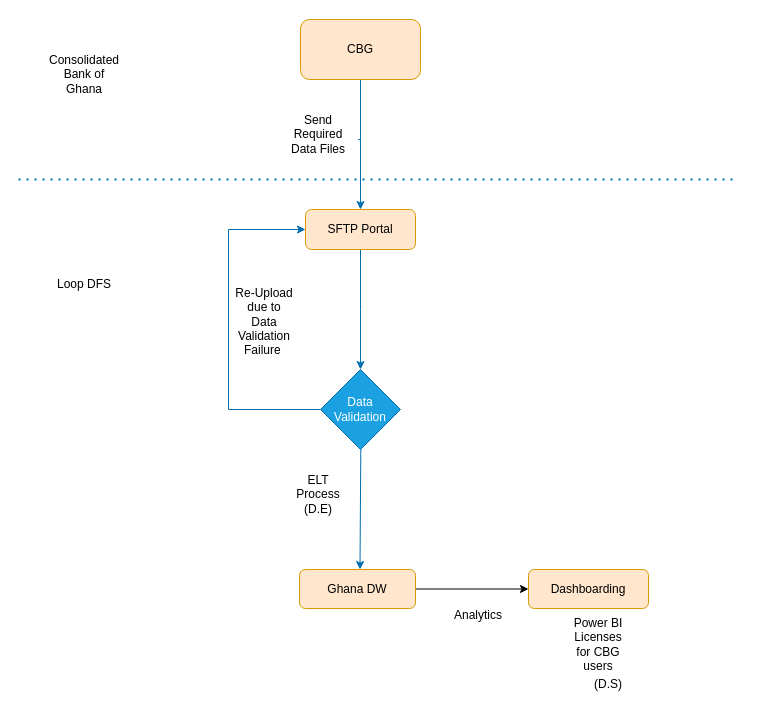
Above: MTN FBN Data Architecture.drawio in Olson-Bytz/ITDiagrams (draw.io), before the change. Source tidied: cells renumbered, new cells numbered last; positions are measured from the earlier drawing's top-left corner, leaving out a move shared by most shapes. Both pictures are drawn from the tidied source at 100%, with x=0, y=0 at pixel (18, 19). Pictures stored in the file or linked from it are replaced by grey dashed boxes.
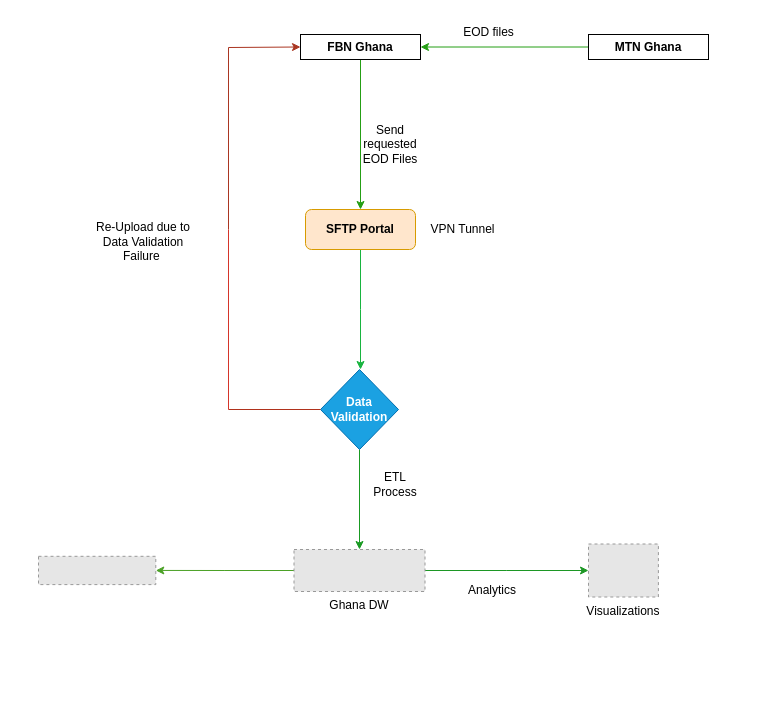
After the change.

Change to the diagram source:
```diff
@@
-    <mxCell id="5" style="edgeStyle=orthogonalEdgeStyle;rounded=0;jettySize=auto;html=1;entryX=0;entryY=0.5;entryDx=0;entryDy=0;" parent="1" edge="1" source="6" target="7">
-      <mxGeometry relative="1" as="geometry" />
-    </mxCell>
-    <mxCell id="6" value="Ghana DW" style="rounded=1;whiteSpace=wrap;html=1;fontSize=12;glass=0;strokeWidth=1;shadow=0;fillColor=#ffe6cc;strokeColor=#d79b00;" parent="1" vertex="1">
-      <mxGeometry x="281" y="550" width="116" height="39" as="geometry" />
-    </mxCell>
-    <mxCell id="7" value="Dashboarding" style="rounded=1;whiteSpace=wrap;html=1;fontSize=12;glass=0;strokeWidth=1;shadow=0;fillColor=#ffe6cc;strokeColor=#d79b00;" parent="1" vertex="1">
-      <mxGeometry x="510" y="550" width="120" height="39" as="geometry" />
-    </mxCell>
-    <mxCell id="8" value="Power BI&lt;br&gt;Licenses for CBG users" style="text;html=1;strokeColor=none;fillColor=none;align=center;verticalAlign=middle;whiteSpace=wrap;rounded=0;" parent="1" vertex="1">
-      <mxGeometry x="550" y="610" width="60" height="30" as="geometry" />
-    </mxCell>
-    <mxCell id="9" value="(D.S)" style="text;html=1;strokeColor=none;fillColor=none;align=center;verticalAlign=middle;whiteSpace=wrap;rounded=0;" parent="1" vertex="1">
-      <mxGeometry x="560" y="650" width="60" height="30" as="geometry" />
-    </mxCell>
     <mxCell id="10" value="Analytics" style="text;html=1;strokeColor=none;fillColor=none;align=center;verticalAlign=middle;whiteSpace=wrap;rounded=0;" parent="1" vertex="1">
-      <mxGeometry x="430" y="581" width="60" height="29" as="geometry" />
+      <mxGeometry x="444" y="556" width="60" height="29" as="geometry" />
     </mxCell>
-    <mxCell id="11" style="edgeStyle=orthogonalEdgeStyle;rounded=0;jettySize=auto;html=1;exitX=0.5;exitY=1;exitDx=0;exitDy=0;fillColor=#1ba1e2;strokeColor=#006EAF;" parent="1" edge="1" source="12">
+    <mxCell id="11" style="edgeStyle=orthogonalEdgeStyle;rounded=0;jettySize=auto;html=1;exitX=0.5;exitY=1;exitDx=0;exitDy=0;fillColor=#1ba1e2;strokeColor=#18b43f;" parent="1" edge="1" source="12">
       <mxGeometry relative="1" as="geometry">
         <mxPoint x="342" y="350" as="targetPoint" />
       </mxGeometry>
     </mxCell>
-    <mxCell id="12" value="SFTP Portal" style="rounded=1;whiteSpace=wrap;html=1;fontSize=12;glass=0;strokeWidth=1;shadow=0;fillColor=#ffe6cc;strokeColor=#d79b00;" parent="1" vertex="1">
+    <mxCell id="12" value="SFTP Portal" style="rounded=1;whiteSpace=wrap;html=1;fontSize=12;glass=0;strokeWidth=1;shadow=0;fillColor=#ffe6cc;strokeColor=#d79b00;fontStyle=1;" parent="1" vertex="1">
       <mxGeometry x="287" y="190" width="110" height="40" as="geometry" />
     </mxCell>
-    <mxCell id="13" style="edgeStyle=orthogonalEdgeStyle;rounded=0;jettySize=auto;html=1;exitX=0.5;exitY=1;exitDx=0;exitDy=0;entryX=0.5;entryY=0;entryDx=0;entryDy=0;fillColor=#1ba1e2;strokeColor=#006EAF;" parent="1" edge="1" source="14" target="12">
-      <mxGeometry relative="1" as="geometry">
-        <Array as="points">
-          <mxPoint x="340" y="120" />
-          <mxPoint x="345" y="120" />
-        </Array>
-      </mxGeometry>
-    </mxCell>
-    <mxCell id="14" value="CBG" style="rounded=1;whiteSpace=wrap;html=1;fillColor=#ffe6cc;strokeColor=#d79b00;" parent="1" vertex="1">
-      <mxGeometry x="282" width="120" height="60" as="geometry" />
-    </mxCell>
-    <mxCell id="15" value="Consolidated Bank of Ghana" style="text;html=1;strokeColor=none;fillColor=none;align=center;verticalAlign=middle;whiteSpace=wrap;rounded=0;" parent="1" vertex="1">
-      <mxGeometry x="36" y="40" width="60" height="30" as="geometry" />
-    </mxCell>
-    <mxCell id="16" value="Send Required Data Files" style="text;html=1;strokeColor=none;fillColor=none;align=center;verticalAlign=middle;whiteSpace=wrap;rounded=0;" parent="1" vertex="1">
-      <mxGeometry x="270" y="100" width="60" height="30" as="geometry" />
+    <mxCell id="16" value="Send requested EOD Files" style="text;html=1;strokeColor=none;fillColor=none;align=center;verticalAlign=middle;whiteSpace=wrap;rounded=0;" parent="1" vertex="1">
+      <mxGeometry x="342" y="110" width="60" height="30" as="geometry" />
     </mxCell>
-    <mxCell id="17" value="ELT Process&lt;br&gt;(D.E)" style="text;html=1;strokeColor=none;fillColor=none;align=center;verticalAlign=middle;whiteSpace=wrap;rounded=0;" parent="1" vertex="1">
-      <mxGeometry x="270" y="460" width="60" height="30" as="geometry" />
+    <mxCell id="17" value="ETL Process&lt;br&gt;" style="text;html=1;strokeColor=none;fillColor=none;align=center;verticalAlign=middle;whiteSpace=wrap;rounded=0;" parent="1" vertex="1">
+      <mxGeometry x="346.5" y="450" width="60" height="30" as="geometry" />
     </mxCell>
-    <mxCell id="18" value="Loop DFS" style="text;html=1;strokeColor=none;fillColor=none;align=center;verticalAlign=middle;whiteSpace=wrap;rounded=0;" parent="1" vertex="1">
-      <mxGeometry x="36" y="250" width="60" height="30" as="geometry" />
+    <mxCell id="18" value="VPN Tunnel" style="text;html=1;strokeColor=none;fillColor=none;align=center;verticalAlign=middle;whiteSpace=wrap;rounded=0;" parent="1" vertex="1">
+      <mxGeometry x="406.5" y="195" width="75" height="30" as="geometry" />
     </mxCell>
-    <mxCell id="19" style="endArrow=none;dashed=1;html=1;dashPattern=1 3;strokeWidth=2;rounded=0;fillColor=#1ba1e2;strokeColor=#006EAF;" parent="1" edge="1">
-      <mxGeometry relative="1" as="geometry">
-        <mxPoint y="160" as="sourcePoint" />
-        <mxPoint x="720" y="160" as="targetPoint" />
-      </mxGeometry>
-    </mxCell>
-    <mxCell id="20" style="edgeStyle=orthogonalEdgeStyle;rounded=0;orthogonalLoop=1;jettySize=auto;html=1;exitX=0.5;exitY=1;exitDx=0;exitDy=0;" parent="1" edge="1" source="6" target="6">
-      <mxGeometry relative="1" as="geometry" />
+    <mxCell id="20" style="edgeStyle=orthogonalEdgeStyle;rounded=0;orthogonalLoop=1;jettySize=auto;html=1;exitX=0.5;exitY=1;exitDx=0;exitDy=0;" parent="1" edge="1">
+      <mxGeometry relative="1" as="geometry">
+        <mxPoint x="339" y="589" as="sourcePoint" />
+        <mxPoint x="339" y="589" as="targetPoint" />
+      </mxGeometry>
     </mxCell>
-    <mxCell id="21" style="endArrow=classic;html=1;rounded=0;entryX=0.5;entryY=0;entryDx=0;entryDy=0;fillColor=#1ba1e2;strokeColor=#006EAF;" parent="1" edge="1">
-      <mxGeometry relative="1" as="geometry">
-        <mxPoint x="342.5" y="400" as="sourcePoint" />
-        <mxPoint x="341.5" y="550" as="targetPoint" />
-      </mxGeometry>
-    </mxCell>
+    <mxCell id="27" style="edgeStyle=orthogonalEdgeStyle;rounded=0;jettySize=auto;html=1;strokeColor=#199a22;" parent="1" edge="1" source="22" target="6">
+      <mxGeometry relative="1" as="geometry" />
+    </mxCell>
-    <mxCell id="22" value="Data Validation" style="rhombus;whiteSpace=wrap;html=1;fillColor=#1ba1e2;fontColor=#ffffff;strokeColor=#006EAF;" parent="1" vertex="1">
-      <mxGeometry x="302" y="350" width="80" height="80" as="geometry" />
+    <mxCell id="22" value="Data Validation" style="rhombus;whiteSpace=wrap;html=1;fillColor=#1ba1e2;fontColor=#ffffff;strokeColor=#006EAF;fontStyle=1;" parent="1" vertex="1">
+      <mxGeometry x="302" y="350" width="78" height="80" as="geometry" />
     </mxCell>
-    <mxCell id="23" style="endArrow=classic;html=1;rounded=0;entryX=0;entryY=0.5;entryDx=0;entryDy=0;fillColor=#1ba1e2;strokeColor=#006EAF;" parent="1" edge="1" target="12">
+    <mxCell id="23" style="endArrow=classic;html=1;rounded=0;fillColor=#1ba1e2;strokeColor=#aa3622;entryX=0;entryY=0.5;entryDx=0;entryDy=0;" parent="1" edge="1" target="29">
       <mxGeometry relative="1" as="geometry">
         <mxPoint x="210" y="210" as="sourcePoint" />
+        <Array as="points">
+          <mxPoint x="210" y="28" />
+        </Array>
       </mxGeometry>
     </mxCell>
-    <mxCell id="24" style="endArrow=none;html=1;rounded=0;fillColor=#1ba1e2;strokeColor=#006EAF;" parent="1" edge="1">
+    <mxCell id="24" style="endArrow=none;html=1;rounded=0;fillColor=#1ba1e2;strokeColor=#b0321c;" parent="1" edge="1">
       <mxGeometry relative="1" as="geometry">
         <mxPoint x="302" y="390" as="sourcePoint" />
         <mxPoint x="210" y="390" as="targetPoint" />
       </mxGeometry>
     </mxCell>
-    <mxCell id="25" style="endArrow=none;html=1;rounded=0;fillColor=#1ba1e2;strokeColor=#006EAF;" parent="1" edge="1">
+    <mxCell id="25" style="endArrow=none;html=1;rounded=0;fillColor=#1ba1e2;strokeColor=#d5352a;" parent="1" edge="1">
       <mxGeometry relative="1" as="geometry">
         <mxPoint x="210" y="390" as="sourcePoint" />
         <mxPoint x="210" y="210" as="targetPoint" />
       </mxGeometry>
     </mxCell>
     <mxCell id="26" value="&lt;br&gt;Re-Upload due to&lt;br&gt;Data Validation Failure&amp;nbsp;" style="text;html=1;strokeColor=none;fillColor=none;align=center;verticalAlign=middle;whiteSpace=wrap;rounded=0;" parent="1" vertex="1">
-      <mxGeometry x="216" y="280" width="60" height="30" as="geometry" />
+      <mxGeometry x="70" y="200" width="110" height="30" as="geometry" />
     </mxCell>
+    <mxCell id="28" style="edgeStyle=orthogonalEdgeStyle;rounded=0;jettySize=auto;html=1;strokeColor=#259e15;" parent="1" edge="1" source="29" target="12">
+      <mxGeometry relative="1" as="geometry" />
+    </mxCell>
+    <mxCell id="29" value="FBN Ghana" style="rounded=0;whiteSpace=wrap;html=1;fontStyle=1;" parent="1" vertex="1">
+      <mxGeometry x="282" y="15" width="120" height="25" as="geometry" />
+    </mxCell>
+    <mxCell id="30" style="edgeStyle=orthogonalEdgeStyle;rounded=0;jettySize=auto;html=1;entryX=1;entryY=0.5;entryDx=0;entryDy=0;strokeColor=#259e15;" parent="1" edge="1" source="31" target="29">
+      <mxGeometry relative="1" as="geometry" />
+    </mxCell>
+    <mxCell id="31" value="MTN Ghana" style="rounded=0;whiteSpace=wrap;html=1;fontStyle=1;" parent="1" vertex="1">
+      <mxGeometry x="570" y="15" width="120" height="25" as="geometry" />
+    </mxCell>
+    <mxCell id="32" value="EOD files" style="text;html=1;align=center;verticalAlign=middle;strokeColor=none;fillColor=none;" parent="1" vertex="1">
+      <mxGeometry x="435" y="-2" width="70" height="30" as="geometry" />
+    </mxCell>
+    <mxCell id="33" value="Visualizations" style="fillColor=#E6E6E6;strokeColor=#999999;dashed=1;verticalLabelPosition=bottom;labelBackgroundColor=default;verticalAlign=top;" parent="1" vertex="1">
+      <mxGeometry x="570" y="524.5" width="69.9" height="53" as="geometry" />
+    </mxCell>
+    <mxCell id="34" style="fillColor=#E6E6E6;strokeColor=#999999;dashed=1;verticalLabelPosition=bottom;labelBackgroundColor=default;verticalAlign=top;" parent="1" vertex="1">
+      <mxGeometry x="20" y="536.8" width="117.3" height="28.3" as="geometry" />
+    </mxCell>
+    <mxCell id="35" style="edgeStyle=orthogonalEdgeStyle;rounded=0;jettySize=auto;html=1;strokeColor=#1c9724;" parent="1" edge="1" source="6">
+      <mxGeometry relative="1" as="geometry">
+        <mxPoint x="570" y="551" as="targetPoint" />
+      </mxGeometry>
+    </mxCell>
+    <mxCell id="36" style="edgeStyle=orthogonalEdgeStyle;rounded=0;jettySize=auto;html=1;entryX=1;entryY=0.5;entryDx=0;entryDy=0;strokeColor=#4ba126;" parent="1" edge="1" source="6" target="34">
+      <mxGeometry relative="1" as="geometry" />
+    </mxCell>
+    <mxCell id="6" value="Ghana DW" style="fillColor=#E6E6E6;strokeColor=#999999;dashed=1;verticalLabelPosition=bottom;labelBackgroundColor=default;verticalAlign=top;" parent="1" vertex="1">
+      <mxGeometry x="275.5" y="530" width="131" height="42" as="geometry" />
+    </mxCell>
```
